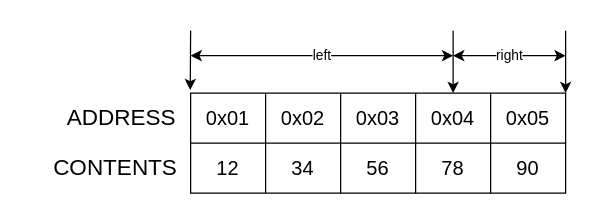
peng-fan/drawio keeps this draw.io diagram as page "Page-3" (3 of 3) of draw/SylixOS handle unaligned acesses.drawio. Above is the earlier version. Source tidied: cells renumbered, new cells numbered last; positions are measured from the earlier drawing's top-left corner, leaving out a move shared by most shapes. Both pictures are drawn from the tidied source at 125%, with x=0, y=0 at pixel (21, 30).
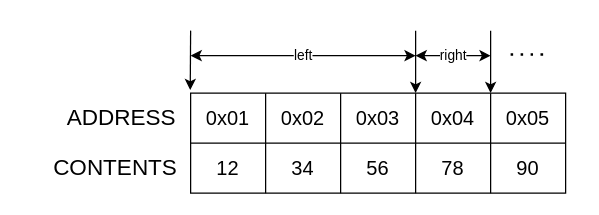
The same page after the edit.

Diff of the diagram source:
```diff
@@
     <mxCell id="17" style="endArrow=classic;html=1;" parent="1" edge="1">
       <mxGeometry relative="1" as="geometry">
-        <mxPoint x="345" as="sourcePoint" />
-        <mxPoint x="345" y="50" as="targetPoint" />
+        <mxPoint x="315" as="sourcePoint" />
+        <mxPoint x="315" y="50" as="targetPoint" />
       </mxGeometry>
     </mxCell>
@@
     <mxCell id="19" style="endArrow=classic;html=1;" parent="1" edge="1">
       <mxGeometry relative="1" as="geometry">
-        <mxPoint x="435" as="sourcePoint" />
-        <mxPoint x="435" y="50" as="targetPoint" />
+        <mxPoint x="375" as="sourcePoint" />
+        <mxPoint x="375" y="50" as="targetPoint" />
       </mxGeometry>
     </mxCell>
     <mxCell id="20" value="left" style="endArrow=classic;html=1;startArrow=classic;startFill=1;" parent="1" edge="1">
       <mxGeometry relative="1" as="geometry">
         <mxPoint x="135" y="20" as="sourcePoint" />
-        <mxPoint x="345" y="20" as="targetPoint" />
+        <mxPoint x="315" y="20" as="targetPoint" />
       </mxGeometry>
     </mxCell>
     <mxCell id="21" value="right" style="endArrow=classic;html=1;startArrow=classic;startFill=1;" parent="1" edge="1">
       <mxGeometry relative="1" as="geometry">
-        <mxPoint x="345" y="20" as="sourcePoint" />
-        <mxPoint x="435" y="20" as="targetPoint" />
+        <mxPoint x="315" y="20" as="sourcePoint" />
+        <mxPoint x="375" y="20" as="targetPoint" />
       </mxGeometry>
     </mxCell>
+    <mxCell id="22" style="endArrow=none;dashed=1;html=1;dashPattern=1 3;strokeWidth=2;" parent="1" edge="1">
+      <mxGeometry relative="1" as="geometry">
+        <mxPoint x="391" y="19" as="sourcePoint" />
+        <mxPoint x="421" y="19" as="targetPoint" />
+        <Array as="points">
+          <mxPoint x="401" y="19" />
+          <mxPoint x="411" y="19" />
+        </Array>
+      </mxGeometry>
+    </mxCell>
```
